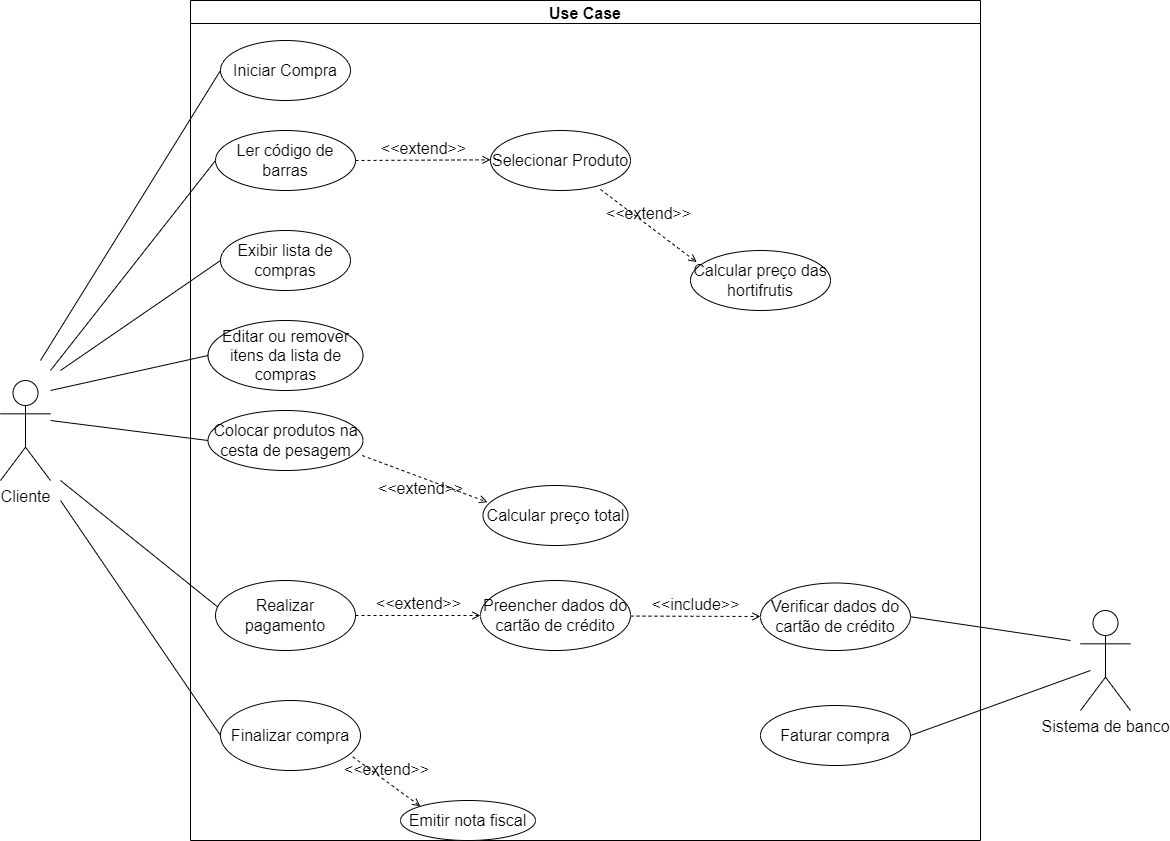
Earlier version of the draw.io export Caso de uso.drawio.png (guuisouza/UML-Software-Enginer). Source tidied: cells renumbered, new cells last; positions are measured from the earlier drawing's top-left corner, leaving out a move shared by most shapes.
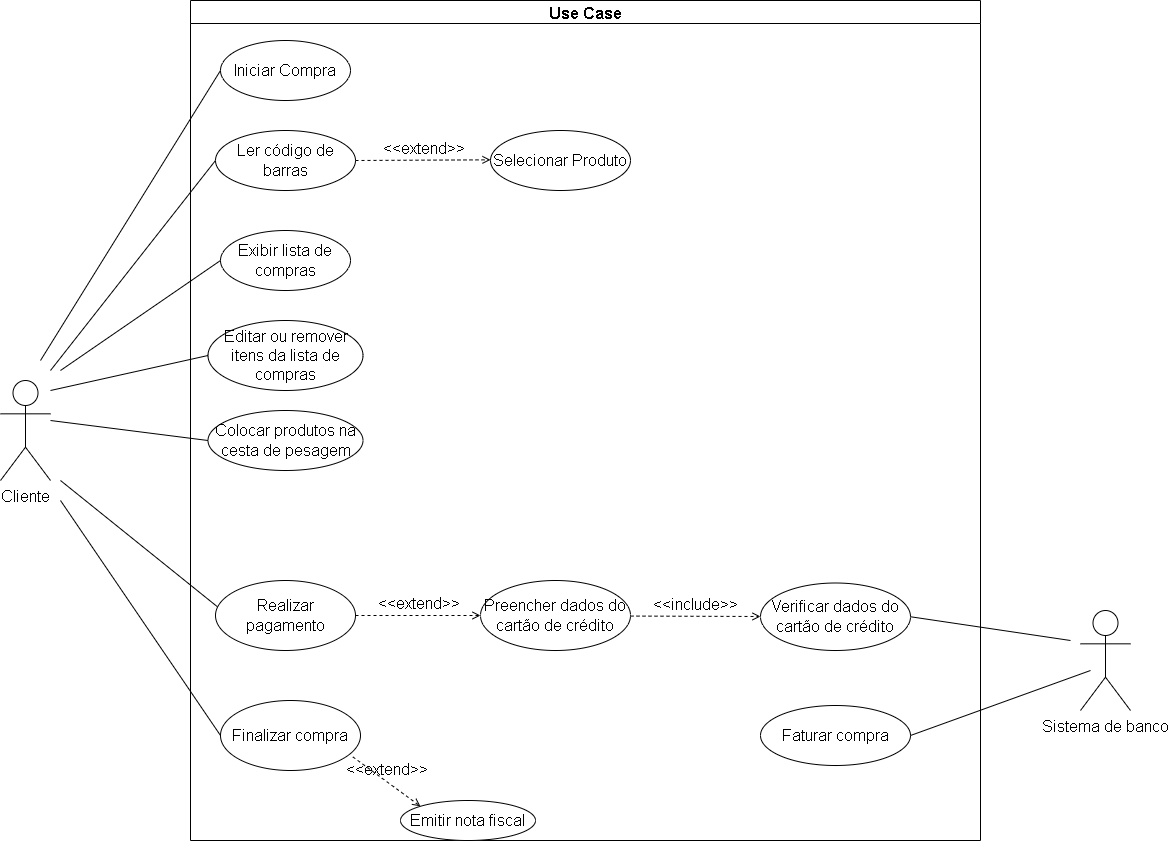
After the commit.

What changed in the source:
```diff
@@ -61,9 +61,6 @@
     <mxCell id="16" value="Colocar produtos na cesta de pesagem" style="ellipse;whiteSpace=wrap;html=1;fontSize=16;" parent="10" vertex="1">
       <mxGeometry x="17.5" y="410" width="155" height="60" as="geometry" />
     </mxCell>
-    <mxCell id="17" value="Calcular preço total" style="ellipse;whiteSpace=wrap;html=1;fontSize=16;" parent="10" vertex="1">
-      <mxGeometry x="292.5" y="485" width="145" height="60" as="geometry" />
-    </mxCell>
     <mxCell id="18" value="Preencher dados do cartão de crédito" style="ellipse;whiteSpace=wrap;html=1;fontSize=16;" parent="10" vertex="1">
       <mxGeometry x="290" y="580" width="150" height="70" as="geometry" />
     </mxCell>
@@ -79,25 +76,14 @@
     <mxCell id="22" value="Faturar compra" style="ellipse;whiteSpace=wrap;html=1;fontSize=16;" parent="10" vertex="1">
       <mxGeometry x="570" y="705" width="150" height="60" as="geometry" />
     </mxCell>
-    <mxCell id="23" value="Calcular preço das hortifrutis" style="ellipse;whiteSpace=wrap;html=1;fontSize=16;" parent="10" vertex="1">
-      <mxGeometry x="500" y="250" width="140" height="60" as="geometry" />
-    </mxCell>
     <mxCell id="24" value="Selecionar Produto" style="ellipse;whiteSpace=wrap;html=1;fontSize=16;" parent="10" vertex="1">
       <mxGeometry x="300" y="130" width="140" height="60" as="geometry" />
     </mxCell>
-    <mxCell id="25" value="&amp;lt;&amp;lt;extend&amp;gt;&amp;gt;" style="html=1;verticalAlign=bottom;labelBackgroundColor=none;endArrow=open;endFill=0;dashed=1;rounded=0;fontSize=16;entryX=0.045;entryY=0.194;entryDx=0;entryDy=0;entryPerimeter=0;" parent="10" edge="1" target="23">
-      <mxGeometry relative="1" as="geometry">
-        <mxPoint x="410" y="189" as="sourcePoint" />
-      </mxGeometry>
-    </mxCell>
     <mxCell id="26" value="&amp;lt;&amp;lt;extend&amp;gt;&amp;gt;" style="html=1;verticalAlign=bottom;labelBackgroundColor=none;endArrow=open;endFill=0;dashed=1;rounded=0;fontSize=16;exitX=1;exitY=0.5;exitDx=0;exitDy=0;" parent="10" edge="1" source="12">
       <mxGeometry relative="1" as="geometry">
         <mxPoint x="300" y="159.3" as="targetPoint" />
       </mxGeometry>
     </mxCell>
-    <mxCell id="27" value="&amp;lt;&amp;lt;extend&amp;gt;&amp;gt;" style="html=1;verticalAlign=bottom;labelBackgroundColor=none;endArrow=open;endFill=0;dashed=1;rounded=0;fontSize=16;entryX=0.031;entryY=0.278;entryDx=0;entryDy=0;entryPerimeter=0;exitX=0.995;exitY=0.75;exitDx=0;exitDy=0;exitPerimeter=0;" parent="10" edge="1" source="16" target="17">
-      <mxGeometry x="0.05" y="-22" relative="1" as="geometry" />
-    </mxCell>
     <mxCell id="28" value="&amp;lt;&amp;lt;extend&amp;gt;&amp;gt;" style="html=1;verticalAlign=bottom;labelBackgroundColor=none;endArrow=open;endFill=0;dashed=1;rounded=0;fontSize=16;entryX=0;entryY=0.5;entryDx=0;entryDy=0;exitX=1;exitY=0.5;exitDx=0;exitDy=0;" parent="10" edge="1" source="14" target="18">
       <mxGeometry relative="1" as="geometry" />
     </mxCell>
```
